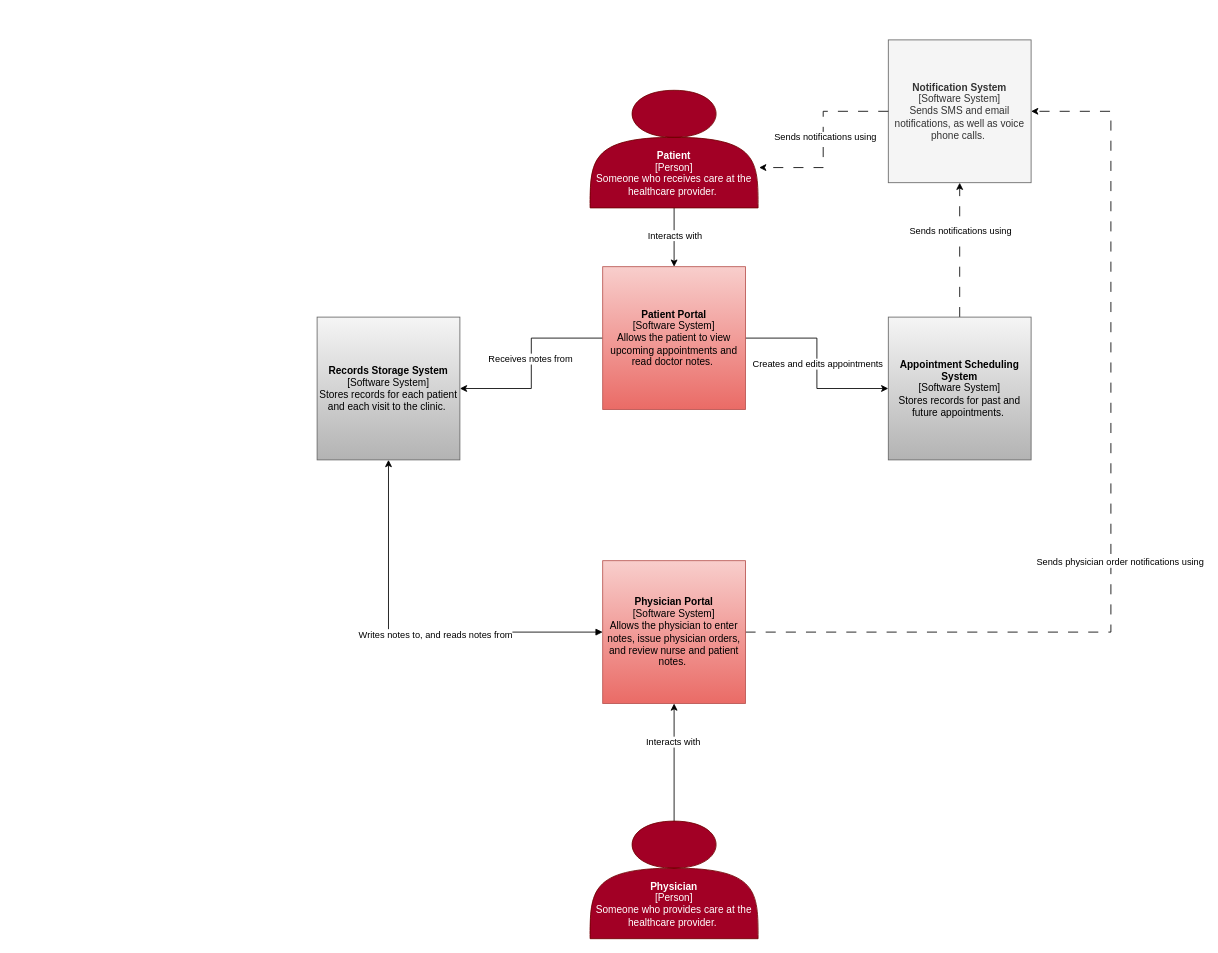
Earlier version of the draw.io diagram 8470-EHR-Lab.drawio (mestabrookuno/8470-assignments). Source tidied: cells renumbered, new cells numbered last; positions are measured from the earlier drawing's top-left corner, leaving out a move shared by most shapes. Both pictures are drawn from the tidied source at 84%, with x=0, y=0 at pixel (317, 39).
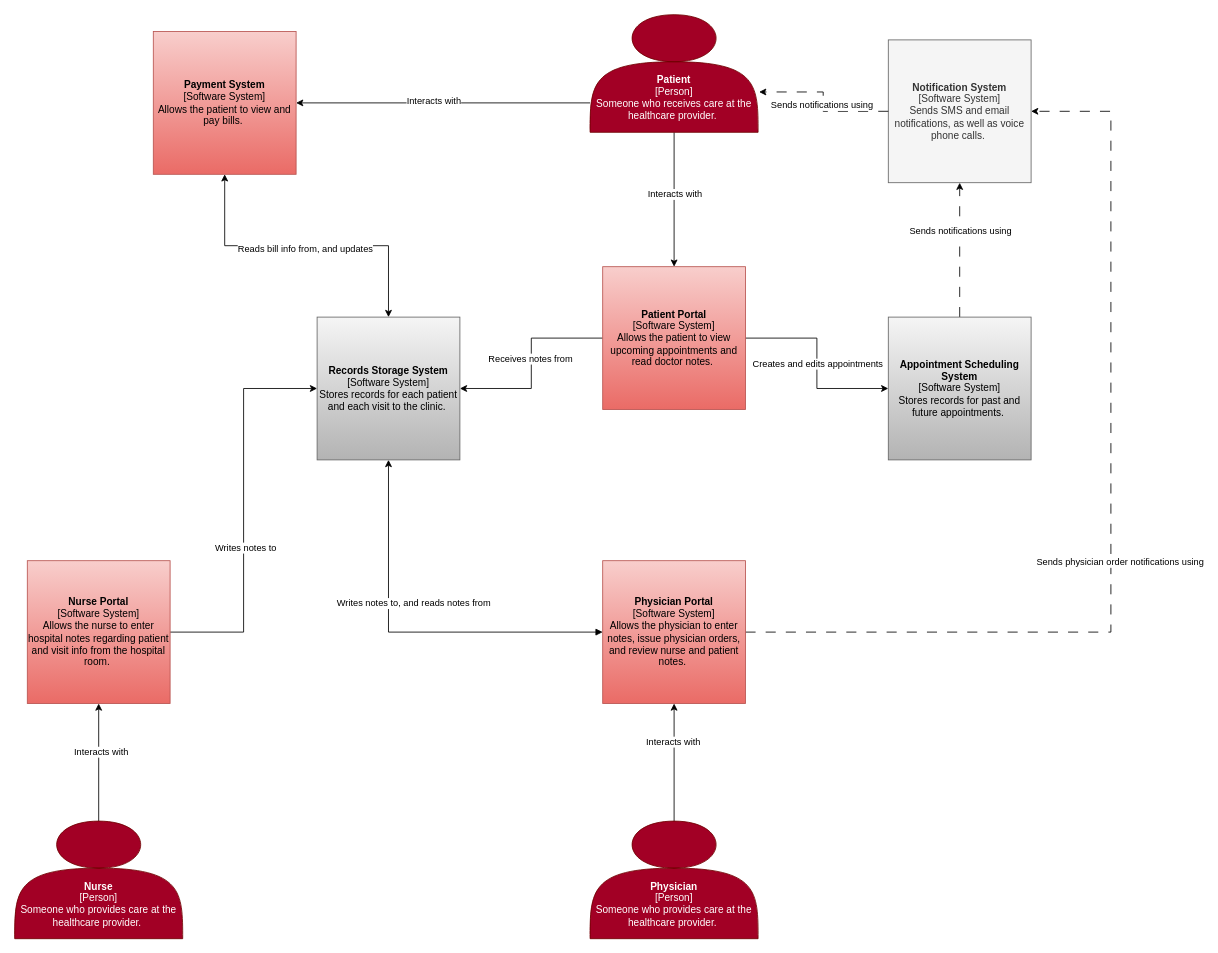
The same diagram, later.

Commit message:
Added nurse portal and also payment system.

Unchanged cells that the change refers to:
```xml
<mxCell id="10" value="&lt;div style=&quot;&quot;&gt;&lt;b&gt;Records Storage System&lt;/b&gt;&lt;/div&gt;[Software System]&lt;br&gt;Stores records for each patient and each visit to the clinic.&amp;nbsp;" style="whiteSpace=wrap;html=1;fillColor=#f5f5f5;fillStyle=solid;strokeColor=#666666;gradientColor=#b3b3b3;" parent="1" vertex="1">
  <mxGeometry y="330" width="170" height="170" as="geometry" />
</mxCell>
<mxCell id="17" style="edgeStyle=orthogonalEdgeStyle;rounded=0;jettySize=auto;html=1;exitX=0;exitY=0.5;exitDx=0;exitDy=0;entryX=0.5;entryY=1;entryDx=0;entryDy=0;startArrow=block;startFill=1;" parent="1" edge="1" source="21" target="10">
  <mxGeometry relative="1" as="geometry" />
</mxCell>
```

Change to the diagram source:
```diff
@@
+    <mxCell id="25" style="edgeStyle=orthogonalEdgeStyle;rounded=0;jettySize=auto;html=1;exitX=0;exitY=0.75;exitDx=0;exitDy=0;strokeWidth=1;startArrow=none;startFill=0;" parent="1" edge="1" source="4" target="35">
+      <mxGeometry relative="1" as="geometry" />
+    </mxCell>
+    <mxCell id="26" value="Interacts with" style="edgeLabel;html=1;align=center;verticalAlign=middle;" parent="25" vertex="1">
+      <mxGeometry x="0.07" y="-2" relative="1" as="geometry" />
+    </mxCell>
     <mxCell id="4" value="&lt;br&gt;&lt;br&gt;&lt;br&gt;&lt;br&gt;&lt;b&gt;Patient&lt;/b&gt;&lt;br&gt;[Person]&lt;br&gt;Someone who receives care at the healthcare provider.&amp;nbsp;" style="shape=actor;whiteSpace=wrap;html=1;fillColor=#a20025;strokeColor=#6F0000;fontColor=#ffffff;" parent="1" vertex="1">
-      <mxGeometry x="325" y="60" width="200" height="140" as="geometry" />
+      <mxGeometry x="325" y="-30" width="200" height="140" as="geometry" />
     </mxCell>
@@
     <mxCell id="18" value="Writes notes to, and reads notes from" style="edgeLabel;html=1;align=center;verticalAlign=middle;" parent="17" vertex="1">
-      <mxGeometry x="-0.13" y="2" relative="1" as="geometry" />
+      <mxGeometry x="-0.13" y="2" relative="1" as="geometry">
+        <mxPoint x="-26" y="-37" as="offset" />
+      </mxGeometry>
     </mxCell>
@@
+    <mxCell id="27" style="edgeStyle=orthogonalEdgeStyle;rounded=0;jettySize=auto;html=1;exitX=0.5;exitY=0;exitDx=0;exitDy=0;entryX=0.5;entryY=1;entryDx=0;entryDy=0;strokeWidth=1;startArrow=none;startFill=0;" parent="1" edge="1" source="29" target="32">
+      <mxGeometry relative="1" as="geometry" />
+    </mxCell>
+    <mxCell id="28" value="Interacts with" style="edgeLabel;html=1;align=center;verticalAlign=middle;" parent="27" vertex="1">
+      <mxGeometry x="0.19" y="-2" relative="1" as="geometry" />
+    </mxCell>
+    <mxCell id="29" value="&lt;br&gt;&lt;br&gt;&lt;br&gt;&lt;br&gt;&lt;b&gt;Nurse&lt;br&gt;&lt;/b&gt;[Person]&lt;br&gt;Someone who provides care at the healthcare provider.&amp;nbsp;" style="shape=actor;whiteSpace=wrap;html=1;fillColor=#a20025;strokeColor=#6F0000;fontColor=#ffffff;" parent="1" vertex="1">
+      <mxGeometry x="-360" y="930" width="200" height="140" as="geometry" />
+    </mxCell>
+    <mxCell id="30" style="edgeStyle=orthogonalEdgeStyle;rounded=0;jettySize=auto;html=1;exitX=1;exitY=0.5;exitDx=0;exitDy=0;entryX=0;entryY=0.5;entryDx=0;entryDy=0;strokeWidth=1;startArrow=none;startFill=0;" parent="1" edge="1" source="32" target="10">
+      <mxGeometry relative="1" as="geometry" />
+    </mxCell>
+    <mxCell id="31" value="Writes notes to" style="edgeLabel;html=1;align=center;verticalAlign=middle;" parent="30" vertex="1">
+      <mxGeometry x="-0.19" y="-2" relative="1" as="geometry" />
+    </mxCell>
+    <mxCell id="32" value="&lt;div style=&quot;&quot;&gt;&lt;b style=&quot;background-color: initial;&quot;&gt;Nurse Portal&lt;/b&gt;&lt;/div&gt;[Software System]&lt;br&gt;Allows the nurse to enter hospital notes regarding patient and visit info from the hospital room.&amp;nbsp;" style="whiteSpace=wrap;html=1;fillColor=#f8cecc;strokeColor=#b85450;fillStyle=solid;gradientColor=#ea6b66;" parent="1" vertex="1">
+      <mxGeometry x="-345" y="620" width="170" height="170" as="geometry" />
+    </mxCell>
+    <mxCell id="33" style="edgeStyle=orthogonalEdgeStyle;rounded=0;jettySize=auto;html=1;exitX=0.5;exitY=1;exitDx=0;exitDy=0;entryX=0.5;entryY=0;entryDx=0;entryDy=0;strokeWidth=1;startArrow=classic;startFill=1;" parent="1" edge="1" source="35" target="10">
+      <mxGeometry relative="1" as="geometry" />
+    </mxCell>
+    <mxCell id="34" value="Reads bill info from, and updates" style="edgeLabel;html=1;align=center;verticalAlign=middle;" parent="33" vertex="1">
+      <mxGeometry x="0.09" y="-3" relative="1" as="geometry">
+        <mxPoint x="-19" as="offset" />
+      </mxGeometry>
+    </mxCell>
+    <mxCell id="35" value="&lt;div style=&quot;&quot;&gt;&lt;b style=&quot;background-color: initial;&quot;&gt;Payment System&lt;/b&gt;&lt;/div&gt;[Software System]&lt;br&gt;Allows the patient to view and pay bills.&amp;nbsp;" style="whiteSpace=wrap;html=1;fillColor=#f8cecc;strokeColor=#b85450;fillStyle=solid;gradientColor=#ea6b66;" parent="1" vertex="1">
+      <mxGeometry x="-195" y="-10" width="170" height="170" as="geometry" />
+    </mxCell>
```
